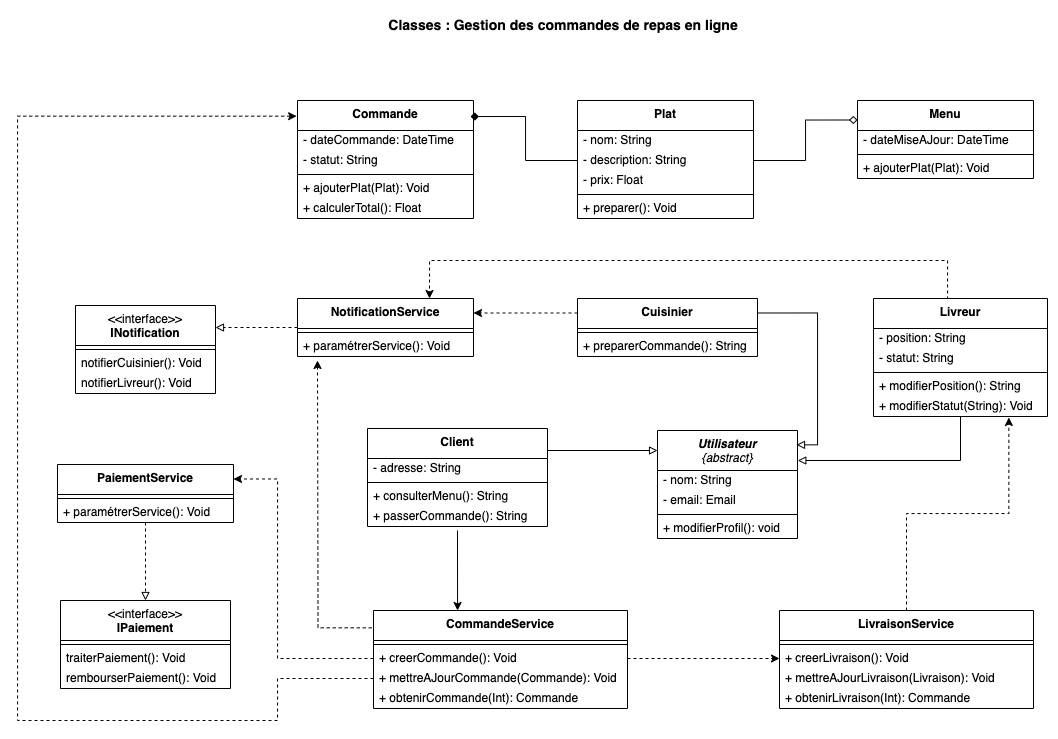
Above: Semaine 1 - UML/images/05-example.png in nicolasvauchenet/cours_methodologie (draw.io), before the change. Source tidied: cells renumbered, new cells last; positions are measured from the earlier drawing's top-left corner, leaving out a move shared by most shapes.
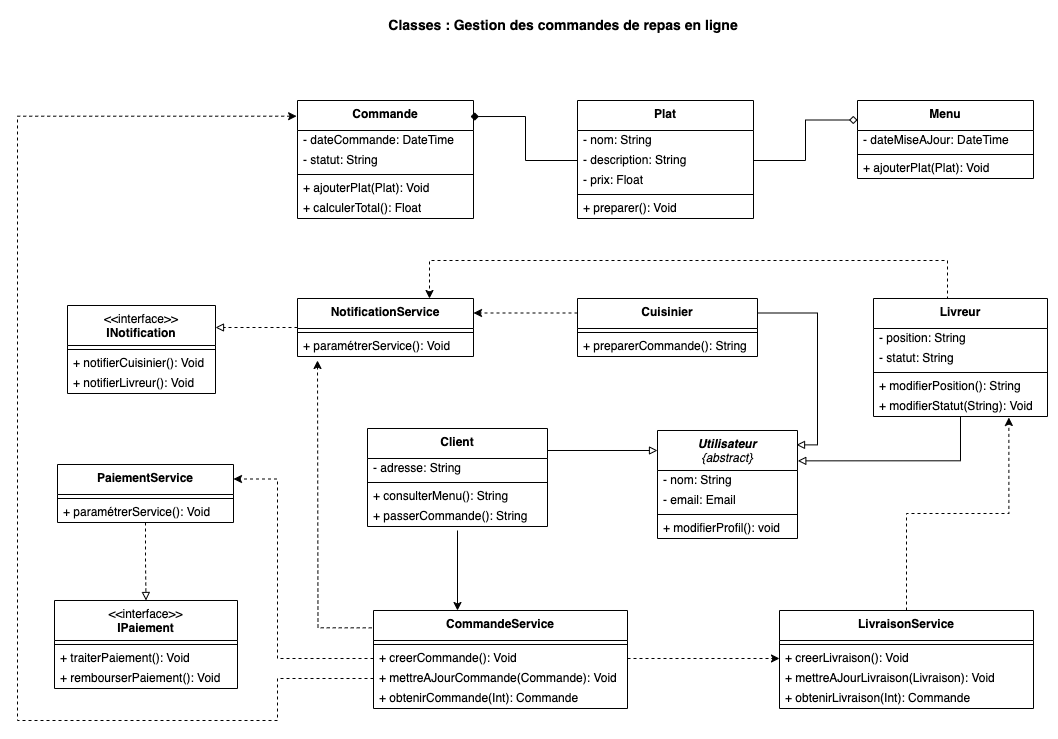
Above is the later version.

Commit message:
UML - Classes - OK

What changed in the source:
```diff
@@ -126,16 +126,16 @@
       <mxGeometry y="58" width="176" height="20" as="geometry" />
     </mxCell>
     <mxCell id="41" value="&amp;lt;&amp;lt;interface&amp;gt;&amp;gt;&lt;br&gt;&lt;b&gt;INotification&lt;/b&gt;" style="swimlane;fontStyle=0;align=center;verticalAlign=top;horizontal=1;startSize=40;html=1;whiteSpace=wrap;" parent="1" vertex="1">
-      <mxGeometry x="58" y="295" width="140" height="88" as="geometry" />
+      <mxGeometry x="50" y="295" width="148" height="88" as="geometry" />
     </mxCell>
     <mxCell id="42" style="line;strokeWidth=1;fillColor=none;align=left;verticalAlign=middle;spacingTop=-1;spacingLeft=3;spacingRight=3;labelPosition=right;" parent="41" vertex="1">
-      <mxGeometry y="40" width="140" height="8" as="geometry" />
+      <mxGeometry y="40" width="148" height="8" as="geometry" />
     </mxCell>
-    <mxCell id="43" value="notifierCuisinier(): Void" style="text;html=1;strokeColor=none;fillColor=none;align=left;verticalAlign=middle;spacingLeft=4;spacingRight=4;overflow=hidden;whiteSpace=wrap;" parent="41" vertex="1">
-      <mxGeometry y="48" width="140" height="20" as="geometry" />
+    <mxCell id="43" value="+ notifierCuisinier(): Void" style="text;html=1;strokeColor=none;fillColor=none;align=left;verticalAlign=middle;spacingLeft=4;spacingRight=4;overflow=hidden;whiteSpace=wrap;" parent="41" vertex="1">
+      <mxGeometry y="48" width="148" height="20" as="geometry" />
     </mxCell>
-    <mxCell id="44" value="notifierLivreur(): Void" style="text;html=1;strokeColor=none;fillColor=none;align=left;verticalAlign=middle;spacingLeft=4;spacingRight=4;overflow=hidden;whiteSpace=wrap;" parent="41" vertex="1">
-      <mxGeometry y="68" width="140" height="20" as="geometry" />
+    <mxCell id="44" value="+ notifierLivreur(): Void" style="text;html=1;strokeColor=none;fillColor=none;align=left;verticalAlign=middle;spacingLeft=4;spacingRight=4;overflow=hidden;whiteSpace=wrap;" parent="41" vertex="1">
+      <mxGeometry y="68" width="148" height="20" as="geometry" />
     </mxCell>
     <mxCell id="45" style="edgeStyle=orthogonalEdgeStyle;rounded=0;jettySize=auto;html=1;entryX=1;entryY=0.25;entryDx=0;entryDy=0;endArrow=block;endFill=0;dashed=1;" parent="1" edge="1" source="46" target="41">
       <mxGeometry relative="1" as="geometry" />
@@ -150,16 +150,16 @@
       <mxGeometry y="38" width="176" height="20" as="geometry" />
     </mxCell>
     <mxCell id="49" value="&amp;lt;&amp;lt;interface&amp;gt;&amp;gt;&lt;br&gt;&lt;b&gt;IPaiement&lt;/b&gt;" style="swimlane;fontStyle=0;align=center;verticalAlign=top;horizontal=1;startSize=40;html=1;whiteSpace=wrap;" parent="1" vertex="1">
-      <mxGeometry x="43" y="590" width="170" height="88" as="geometry" />
+      <mxGeometry x="37" y="590" width="183" height="88" as="geometry" />
     </mxCell>
     <mxCell id="50" style="line;strokeWidth=1;fillColor=none;align=left;verticalAlign=middle;spacingTop=-1;spacingLeft=3;spacingRight=3;labelPosition=right;" parent="49" vertex="1">
-      <mxGeometry y="40" width="170" height="8" as="geometry" />
+      <mxGeometry y="40" width="183" height="8" as="geometry" />
     </mxCell>
-    <mxCell id="51" value="traiterPaiement(): Void" style="text;html=1;strokeColor=none;fillColor=none;align=left;verticalAlign=middle;spacingLeft=4;spacingRight=4;overflow=hidden;whiteSpace=wrap;" parent="49" vertex="1">
-      <mxGeometry y="48" width="170" height="20" as="geometry" />
+    <mxCell id="51" value="+ traiterPaiement(): Void" style="text;html=1;strokeColor=none;fillColor=none;align=left;verticalAlign=middle;spacingLeft=4;spacingRight=4;overflow=hidden;whiteSpace=wrap;" parent="49" vertex="1">
+      <mxGeometry y="48" width="183" height="20" as="geometry" />
     </mxCell>
-    <mxCell id="52" value="rembourserPaiement(): Void" style="text;html=1;strokeColor=none;fillColor=none;align=left;verticalAlign=middle;spacingLeft=4;spacingRight=4;overflow=hidden;whiteSpace=wrap;" parent="49" vertex="1">
-      <mxGeometry y="68" width="170" height="20" as="geometry" />
+    <mxCell id="52" value="+ rembourserPaiement(): Void" style="text;html=1;strokeColor=none;fillColor=none;align=left;verticalAlign=middle;spacingLeft=4;spacingRight=4;overflow=hidden;whiteSpace=wrap;" parent="49" vertex="1">
+      <mxGeometry y="68" width="183" height="20" as="geometry" />
     </mxCell>
     <mxCell id="53" value="&lt;b&gt;PaiementService&lt;/b&gt;" style="swimlane;fontStyle=0;align=center;verticalAlign=top;horizontal=1;startSize=30;html=1;whiteSpace=wrap;" parent="1" vertex="1">
       <mxGeometry x="40" y="454" width="176" height="58" as="geometry" />
```
